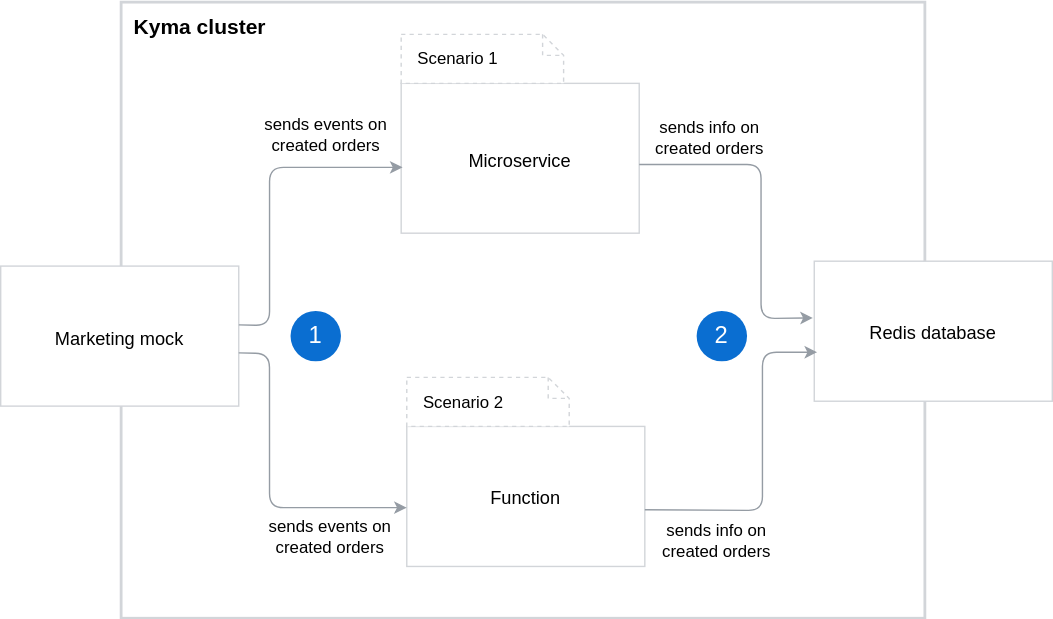
Earlier version of the draw.io export docs/getting-started/assets/order-flow.svg (kyma-project/kyma). Source tidied: cells renumbered, new cells last; positions are measured from the earlier drawing's top-left corner, leaving out a move shared by most shapes. Source of this version:
```xml
<mxGraphModel background="#FFFFFF">
  <root>
    <mxCell id="0" />
    <mxCell id="1" parent="0" />
    <mxCell id="2" style="rounded=0;whiteSpace=wrap;html=1;labelBackgroundColor=none;strokeColor=#D2D5D9;strokeWidth=2;fillColor=#FFFFFF;gradientColor=none;fontFamily=Helvetica;fontSize=15;fontColor=#000000;" parent="1" vertex="1">
      <mxGeometry x="86" width="574" height="440" as="geometry" />
    </mxCell>
    <mxCell id="3" value="&lt;font style=&quot;font-size: 13px&quot;&gt;Microservice&lt;br&gt;&lt;/font&gt;" style="rounded=0;whiteSpace=wrap;html=1;labelBackgroundColor=none;strokeColor=#D2D5D9;strokeWidth=1;fillColor=#FFFFFF;gradientColor=none;fontFamily=Helvetica;fontSize=15;fontColor=#000000;" parent="1" vertex="1">
      <mxGeometry x="286" y="58" width="170" height="107" as="geometry" />
    </mxCell>
    <mxCell id="4" value="&lt;font style=&quot;font-size: 13px&quot;&gt;Function&lt;br&gt;&lt;/font&gt;" style="rounded=0;whiteSpace=wrap;html=1;labelBackgroundColor=none;strokeColor=#D2D5D9;strokeWidth=1;fillColor=#FFFFFF;gradientColor=none;fontFamily=Helvetica;fontSize=15;fontColor=#000000;" parent="1" vertex="1">
      <mxGeometry x="290" y="303" width="170" height="100" as="geometry" />
    </mxCell>
    <mxCell id="5" value="&lt;font style=&quot;font-size: 13px&quot;&gt;Redis database&lt;br&gt;&lt;/font&gt;" style="rounded=0;whiteSpace=wrap;html=1;labelBackgroundColor=none;strokeColor=#D2D5D9;strokeWidth=1;fillColor=#FFFFFF;gradientColor=none;fontFamily=Helvetica;fontSize=15;fontColor=#000000;" parent="1" vertex="1">
      <mxGeometry x="581" y="185" width="170" height="100" as="geometry" />
    </mxCell>
    <mxCell id="6" value="&lt;font style=&quot;font-size: 13px&quot;&gt;Marketing mock&lt;br&gt;&lt;/font&gt;" style="rounded=0;whiteSpace=wrap;html=1;labelBackgroundColor=none;strokeColor=#D2D5D9;strokeWidth=1;fillColor=#FFFFFF;gradientColor=none;fontFamily=Helvetica;fontSize=15;fontColor=#000000;" parent="1" vertex="1">
      <mxGeometry y="188.5" width="170" height="100" as="geometry" />
    </mxCell>
    <mxCell id="7" style="ellipse;whiteSpace=wrap;html=1;labelBackgroundColor=none;strokeColor=none;strokeWidth=1;fillColor=#0A6ED1;gradientColor=none;fontFamily=Helvetica;fontSize=15;fontColor=#000000;" parent="1" vertex="1">
      <mxGeometry x="207" y="220.5" width="36" height="36" as="geometry" />
    </mxCell>
    <mxCell id="8" style="ellipse;whiteSpace=wrap;html=1;labelBackgroundColor=none;strokeColor=none;strokeWidth=1;fillColor=#0A6ED1;gradientColor=none;fontFamily=Helvetica;fontSize=15;fontColor=#000000;" parent="1" vertex="1">
      <mxGeometry x="497" y="220.5" width="36" height="36" as="geometry" />
    </mxCell>
    <mxCell id="9" value="&lt;b&gt;Kyma cluster&lt;/b&gt;" style="text;html=1;strokeColor=none;fillColor=none;align=center;verticalAlign=middle;whiteSpace=wrap;rounded=0;labelBackgroundColor=none;fontFamily=Helvetica;fontSize=15;fontColor=#000000;" parent="1" vertex="1">
      <mxGeometry x="94" y="2" width="97" height="30" as="geometry" />
    </mxCell>
    <mxCell id="10" value="&lt;font style=&quot;font-size: 17px&quot; color=&quot;#ffffff&quot;&gt;1&lt;/font&gt;" style="text;html=1;strokeColor=none;fillColor=none;align=center;verticalAlign=middle;whiteSpace=wrap;rounded=0;labelBackgroundColor=none;fontFamily=Helvetica;fontSize=15;fontColor=#000000;" parent="1" vertex="1">
      <mxGeometry x="217" y="232" width="16" height="13" as="geometry" />
    </mxCell>
    <mxCell id="11" value="&lt;font style=&quot;font-size: 17px&quot; color=&quot;#ffffff&quot;&gt;2&lt;/font&gt;" style="text;html=1;strokeColor=none;fillColor=none;align=center;verticalAlign=middle;whiteSpace=wrap;rounded=0;labelBackgroundColor=none;fontFamily=Helvetica;fontSize=15;fontColor=#000000;" parent="1" vertex="1">
      <mxGeometry x="507" y="232" width="16" height="13" as="geometry" />
    </mxCell>
    <mxCell id="12" style="endArrow=classic;html=1;strokeColor=#959CA4;strokeWidth=1;fontFamily=Helvetica;fontSize=15;fontColor=#000000;exitX=1.018;exitY=0.42;exitDx=0;exitDy=0;exitPerimeter=0;" parent="1" edge="1">
      <mxGeometry relative="1" as="geometry">
        <mxPoint x="170.1" y="230.5" as="sourcePoint" />
        <mxPoint x="287" y="118" as="targetPoint" />
        <Array as="points">
          <mxPoint x="192" y="231" />
          <mxPoint x="192" y="118" />
        </Array>
      </mxGeometry>
    </mxCell>
    <mxCell id="13" style="endArrow=classic;html=1;strokeColor=#959CA4;strokeWidth=1;fontFamily=Helvetica;fontSize=15;fontColor=#000000;exitX=1.018;exitY=0.42;exitDx=0;exitDy=0;exitPerimeter=0;entryX=0;entryY=0.58;entryDx=0;entryDy=0;entryPerimeter=0;" parent="1" edge="1" target="4">
      <mxGeometry relative="1" as="geometry">
        <mxPoint x="170" y="250.5" as="sourcePoint" />
        <Array as="points">
          <mxPoint x="191.9" y="251" />
          <mxPoint x="192" y="361" />
        </Array>
      </mxGeometry>
    </mxCell>
    <mxCell id="14" style="endArrow=classic;html=1;strokeColor=#959CA4;strokeWidth=1;fontFamily=Helvetica;fontSize=15;fontColor=#000000;exitX=1.018;exitY=0.42;exitDx=0;exitDy=0;exitPerimeter=0;entryX=0.012;entryY=0.65;entryDx=0;entryDy=0;entryPerimeter=0;" parent="1" edge="1" target="5">
      <mxGeometry relative="1" as="geometry">
        <mxPoint x="460" y="362.5" as="sourcePoint" />
        <Array as="points">
          <mxPoint x="544" y="363" />
          <mxPoint x="544" y="250" />
        </Array>
      </mxGeometry>
    </mxCell>
    <mxCell id="15" style="endArrow=classic;html=1;strokeColor=#959CA4;strokeWidth=1;fontFamily=Helvetica;fontSize=15;fontColor=#000000;entryX=0;entryY=0.58;entryDx=0;entryDy=0;entryPerimeter=0;" parent="1" edge="1">
      <mxGeometry relative="1" as="geometry">
        <mxPoint x="456" y="116" as="sourcePoint" />
        <mxPoint x="580" y="225.5" as="targetPoint" />
        <Array as="points">
          <mxPoint x="543" y="116" />
          <mxPoint x="543" y="226" />
        </Array>
      </mxGeometry>
    </mxCell>
    <mxCell id="16" value="sends events on created orders" style="text;html=1;strokeColor=none;fillColor=none;align=center;verticalAlign=middle;whiteSpace=wrap;rounded=0;" parent="1" vertex="1">
      <mxGeometry x="184.5" y="89" width="95" height="11" as="geometry" />
    </mxCell>
    <mxCell id="17" value="sends events on created orders" style="text;html=1;strokeColor=none;fillColor=none;align=center;verticalAlign=middle;whiteSpace=wrap;rounded=0;" parent="1" vertex="1">
      <mxGeometry x="188" y="376" width="95" height="11" as="geometry" />
    </mxCell>
    <mxCell id="18" value="sends info on created orders" style="text;html=1;strokeColor=none;fillColor=none;align=center;verticalAlign=middle;whiteSpace=wrap;rounded=0;" parent="1" vertex="1">
      <mxGeometry x="459" y="91" width="95" height="11" as="geometry" />
    </mxCell>
    <mxCell id="19" value="sends info on created orders" style="text;html=1;strokeColor=none;fillColor=none;align=center;verticalAlign=middle;whiteSpace=wrap;rounded=0;" parent="1" vertex="1">
      <mxGeometry x="464" y="379" width="95" height="11" as="geometry" />
    </mxCell>
    <mxCell id="20" value="Scenario 2" style="shape=note;size=15;align=left;spacingLeft=10;html=1;whiteSpace=wrap;strokeColor=#D2D5D9;dashed=1;" parent="1" vertex="1">
      <mxGeometry x="290" y="268" width="116" height="35" as="geometry" />
    </mxCell>
    <mxCell id="21" value="Scenario 1" style="shape=note;size=15;align=left;spacingLeft=10;html=1;whiteSpace=wrap;strokeColor=#D2D5D9;dashed=1;" parent="1" vertex="1">
      <mxGeometry x="286" y="23" width="116" height="35" as="geometry" />
    </mxCell>
  </root>
</mxGraphModel>
```
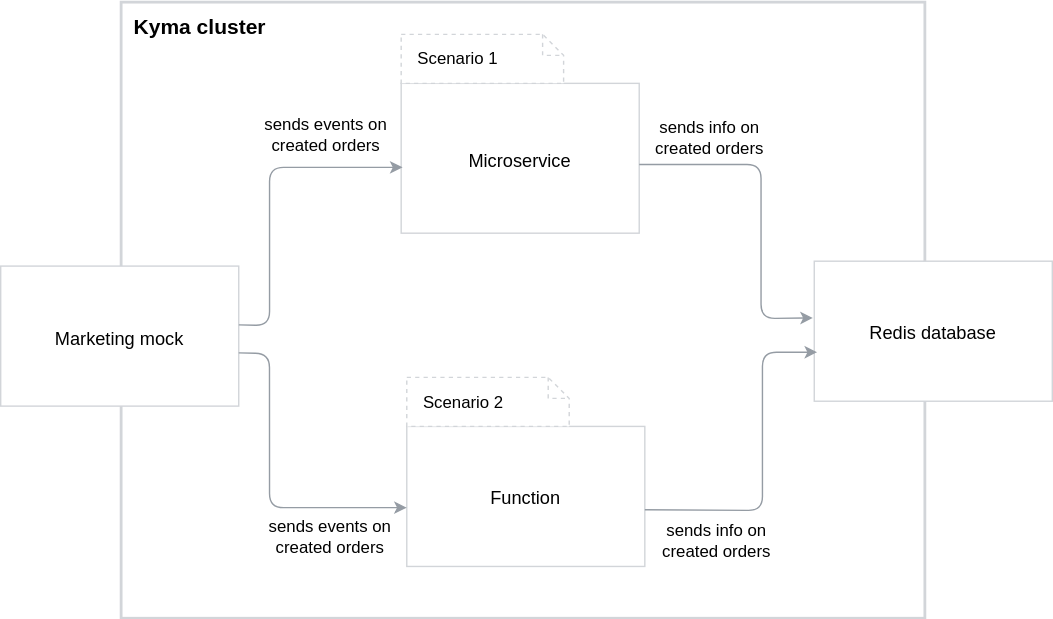
Later version of the same file.

Change to the diagram source:
```diff
@@ -17,21 +17,9 @@
     <mxCell id="6" value="&lt;font style=&quot;font-size: 13px&quot;&gt;Marketing mock&lt;br&gt;&lt;/font&gt;" style="rounded=0;whiteSpace=wrap;html=1;labelBackgroundColor=none;strokeColor=#D2D5D9;strokeWidth=1;fillColor=#FFFFFF;gradientColor=none;fontFamily=Helvetica;fontSize=15;fontColor=#000000;" parent="1" vertex="1">
       <mxGeometry y="188.5" width="170" height="100" as="geometry" />
     </mxCell>
-    <mxCell id="7" style="ellipse;whiteSpace=wrap;html=1;labelBackgroundColor=none;strokeColor=none;strokeWidth=1;fillColor=#0A6ED1;gradientColor=none;fontFamily=Helvetica;fontSize=15;fontColor=#000000;" parent="1" vertex="1">
-      <mxGeometry x="207" y="220.5" width="36" height="36" as="geometry" />
-    </mxCell>
-    <mxCell id="8" style="ellipse;whiteSpace=wrap;html=1;labelBackgroundColor=none;strokeColor=none;strokeWidth=1;fillColor=#0A6ED1;gradientColor=none;fontFamily=Helvetica;fontSize=15;fontColor=#000000;" parent="1" vertex="1">
-      <mxGeometry x="497" y="220.5" width="36" height="36" as="geometry" />
-    </mxCell>
     <mxCell id="9" value="&lt;b&gt;Kyma cluster&lt;/b&gt;" style="text;html=1;strokeColor=none;fillColor=none;align=center;verticalAlign=middle;whiteSpace=wrap;rounded=0;labelBackgroundColor=none;fontFamily=Helvetica;fontSize=15;fontColor=#000000;" parent="1" vertex="1">
       <mxGeometry x="94" y="2" width="97" height="30" as="geometry" />
     </mxCell>
-    <mxCell id="10" value="&lt;font style=&quot;font-size: 17px&quot; color=&quot;#ffffff&quot;&gt;1&lt;/font&gt;" style="text;html=1;strokeColor=none;fillColor=none;align=center;verticalAlign=middle;whiteSpace=wrap;rounded=0;labelBackgroundColor=none;fontFamily=Helvetica;fontSize=15;fontColor=#000000;" parent="1" vertex="1">
-      <mxGeometry x="217" y="232" width="16" height="13" as="geometry" />
-    </mxCell>
-    <mxCell id="11" value="&lt;font style=&quot;font-size: 17px&quot; color=&quot;#ffffff&quot;&gt;2&lt;/font&gt;" style="text;html=1;strokeColor=none;fillColor=none;align=center;verticalAlign=middle;whiteSpace=wrap;rounded=0;labelBackgroundColor=none;fontFamily=Helvetica;fontSize=15;fontColor=#000000;" parent="1" vertex="1">
-      <mxGeometry x="507" y="232" width="16" height="13" as="geometry" />
-    </mxCell>
     <mxCell id="12" style="endArrow=classic;html=1;strokeColor=#959CA4;strokeWidth=1;fontFamily=Helvetica;fontSize=15;fontColor=#000000;exitX=1.018;exitY=0.42;exitDx=0;exitDy=0;exitPerimeter=0;" parent="1" edge="1">
       <mxGeometry relative="1" as="geometry">
         <mxPoint x="170.1" y="230.5" as="sourcePoint" />
```
